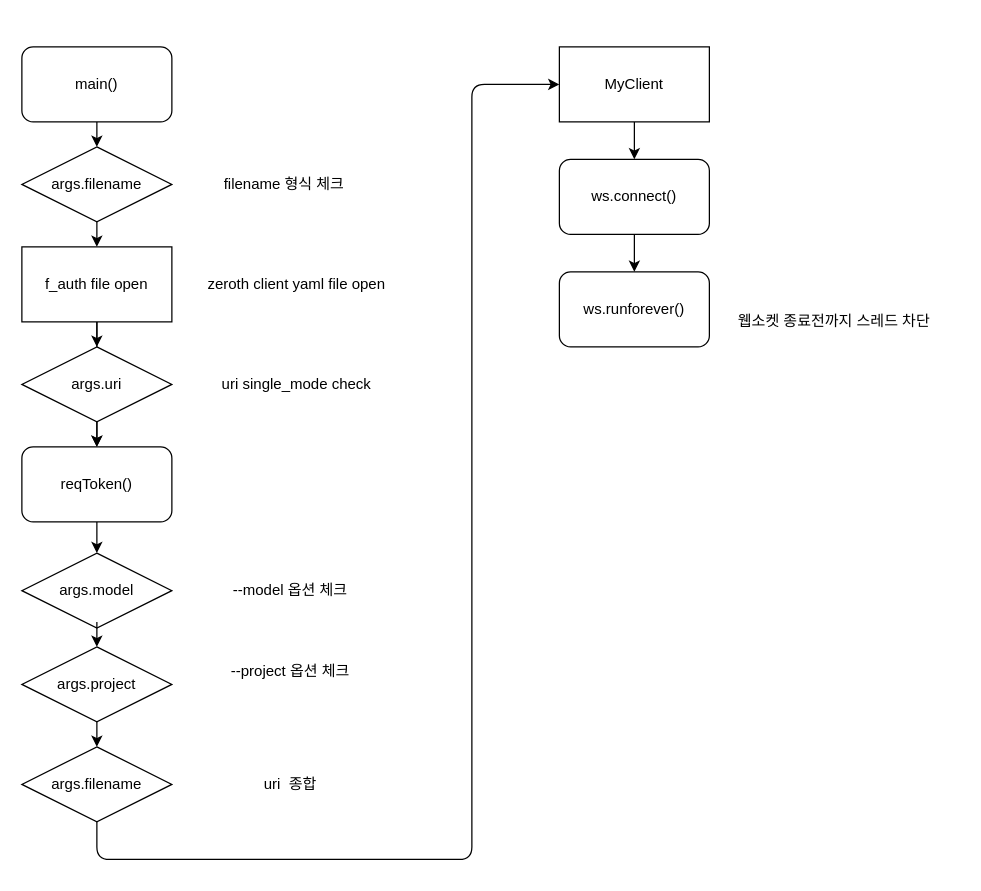
Above: Untitled Diagram.drawio in BlueMush/BlueMush (draw.io), before the change. Source tidied: cells renumbered, new cells numbered last; positions are measured from the earlier drawing's top-left corner, leaving out a move shared by most shapes. Both pictures are drawn from the tidied source at 125%, with x=0, y=0 at pixel (21, 46).
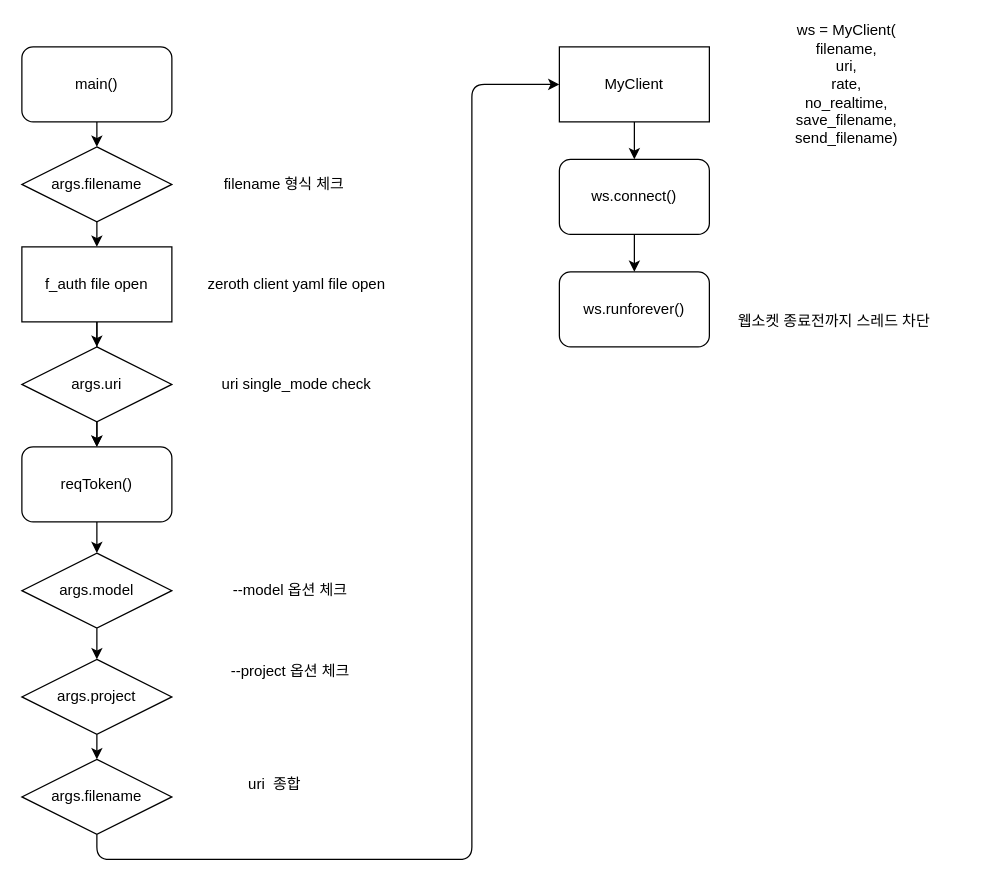
The same diagram, later.

Unchanged cells that the change refers to:
```xml
<mxCell id="9" value="args.model" style="rhombus;whiteSpace=wrap;html=1;" parent="1" vertex="1">
  <mxGeometry y="405" width="120" height="60" as="geometry" />
</mxCell>
```

Diff of the diagram source:
```diff
@@
     <mxCell id="10" value="args.project" style="rhombus;whiteSpace=wrap;html=1;" parent="1" vertex="1">
-      <mxGeometry y="480" width="120" height="60" as="geometry" />
+      <mxGeometry y="490" width="120" height="60" as="geometry" />
     </mxCell>
     <mxCell id="11" value="args.filename" style="rhombus;whiteSpace=wrap;html=1;" parent="1" vertex="1">
-      <mxGeometry y="560" width="120" height="60" as="geometry" />
+      <mxGeometry y="570" width="120" height="60" as="geometry" />
     </mxCell>
@@
-    <mxCell id="15" style="endArrow=classic;html=1;entryX=0.5;entryY=0;entryDx=0;entryDy=0;" parent="1" edge="1" target="10">
-      <mxGeometry relative="1" as="geometry">
-        <mxPoint x="60" y="460" as="sourcePoint" />
-      </mxGeometry>
+    <mxCell id="15" style="endArrow=classic;html=1;entryX=0.5;entryY=0;entryDx=0;entryDy=0;exitX=0.5;exitY=1;exitDx=0;exitDy=0;" parent="1" edge="1" source="9" target="10">
+      <mxGeometry relative="1" as="geometry" />
     </mxCell>
@@
     <mxCell id="25" value="uri&amp;nbsp; 종합" style="text;html=1;strokeColor=none;fillColor=none;align=center;verticalAlign=middle;whiteSpace=wrap;rounded=0;" parent="1" vertex="1">
-      <mxGeometry x="155" y="580" width="120" height="20" as="geometry" />
+      <mxGeometry x="155" y="580" width="95" height="20" as="geometry" />
     </mxCell>
@@
+    <mxCell id="31" value="ws = MyClient(&lt;br&gt;filename,&lt;br&gt;uri,&lt;br&gt;rate,&lt;br&gt;no_realtime,&lt;br&gt;save_filename,&lt;br&gt;send_filename)" style="text;html=1;strokeColor=none;fillColor=none;align=center;verticalAlign=middle;whiteSpace=wrap;rounded=0;" parent="1" vertex="1">
+      <mxGeometry x="570" y="-20" width="180" height="100" as="geometry" />
+    </mxCell>
```
